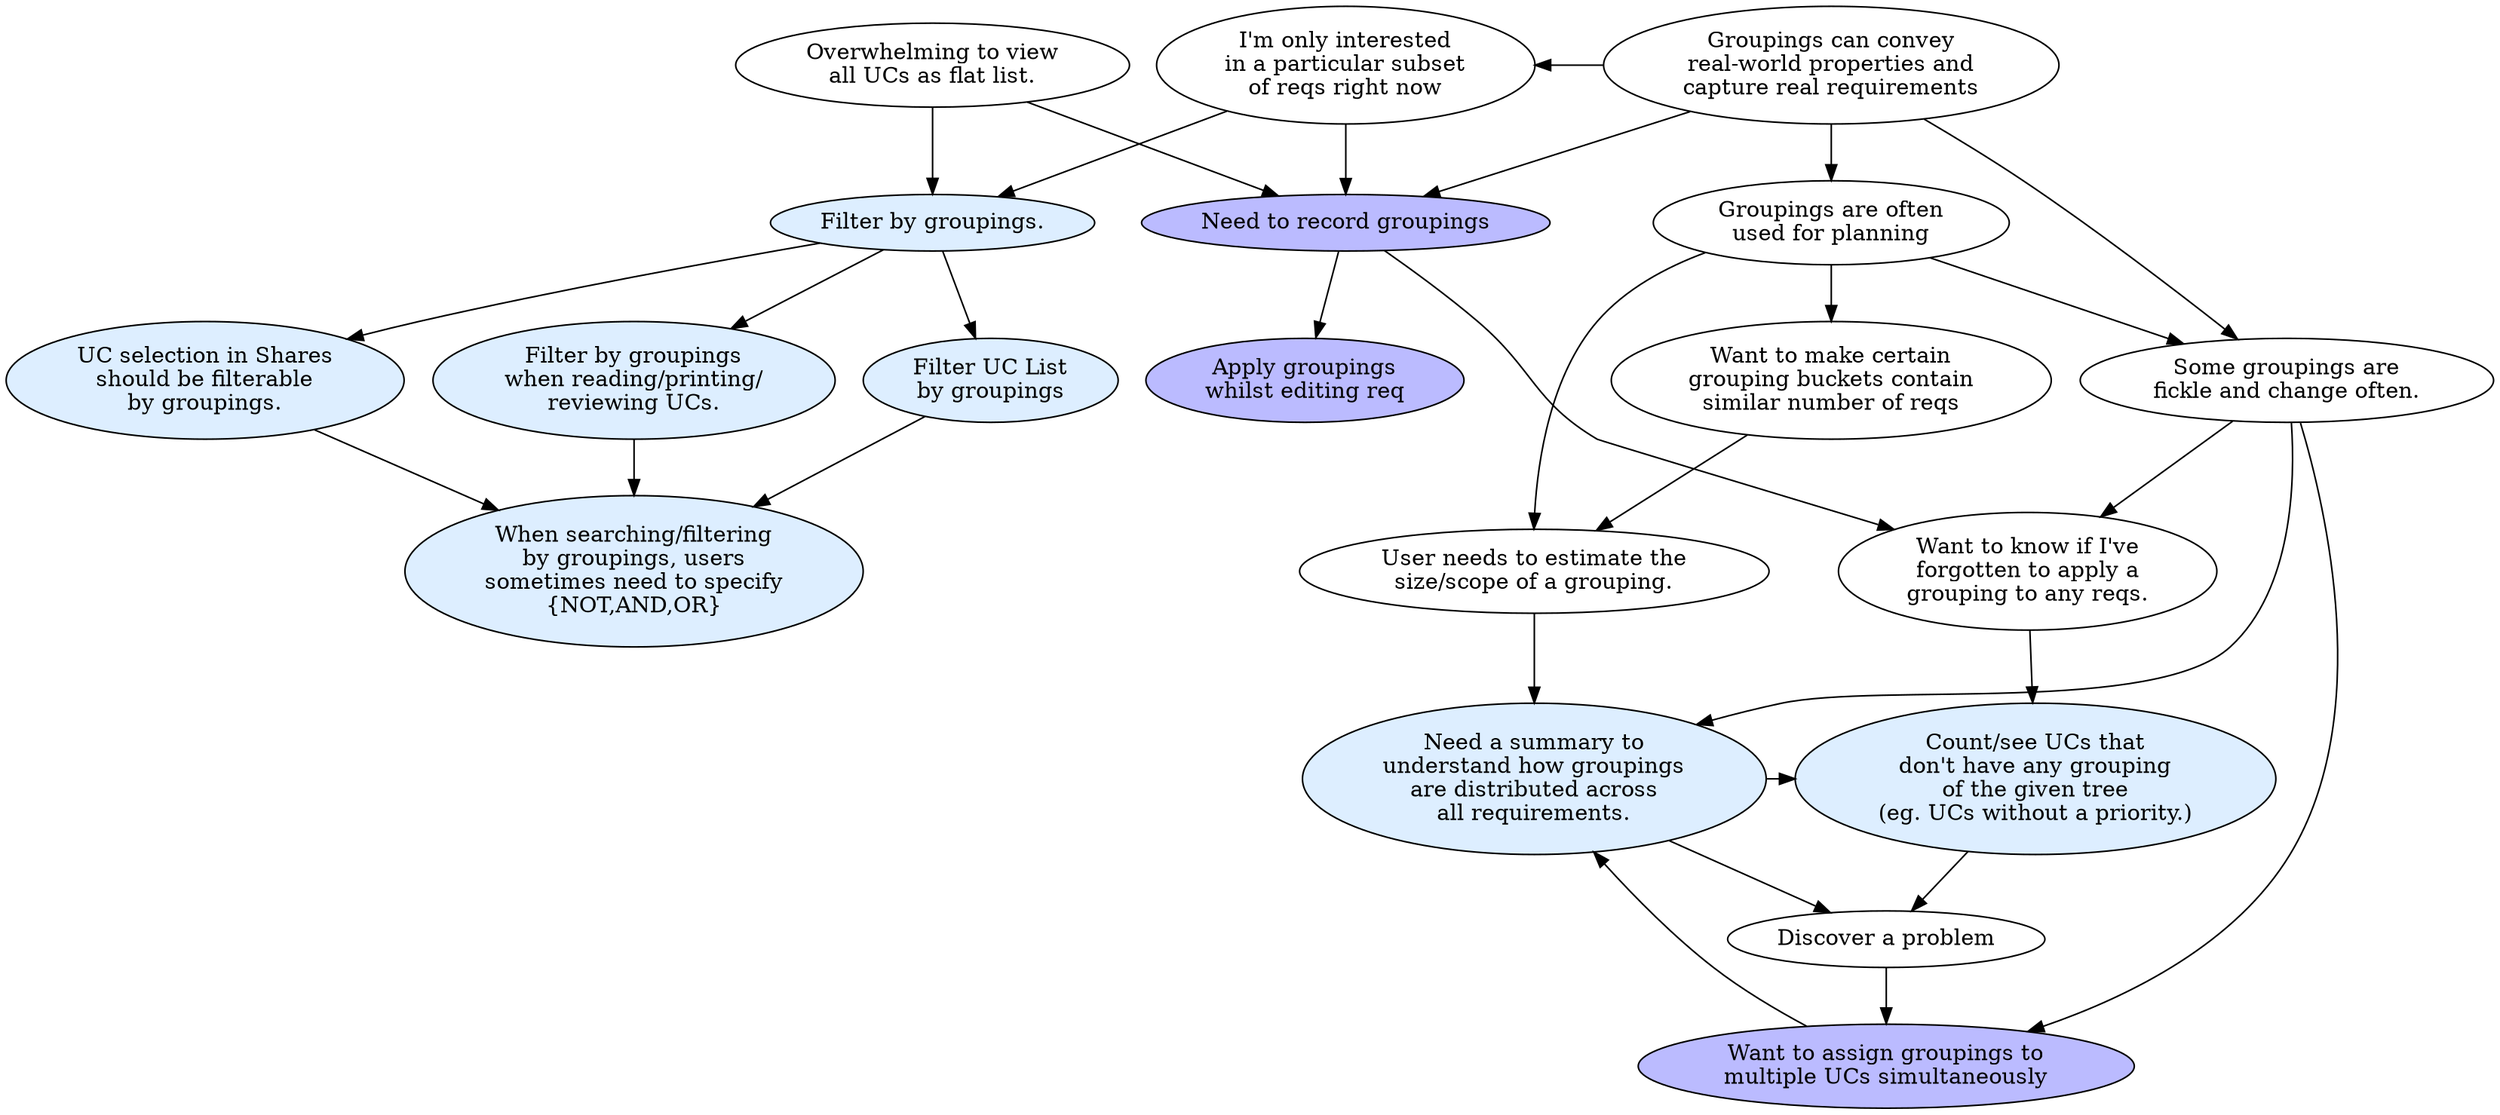
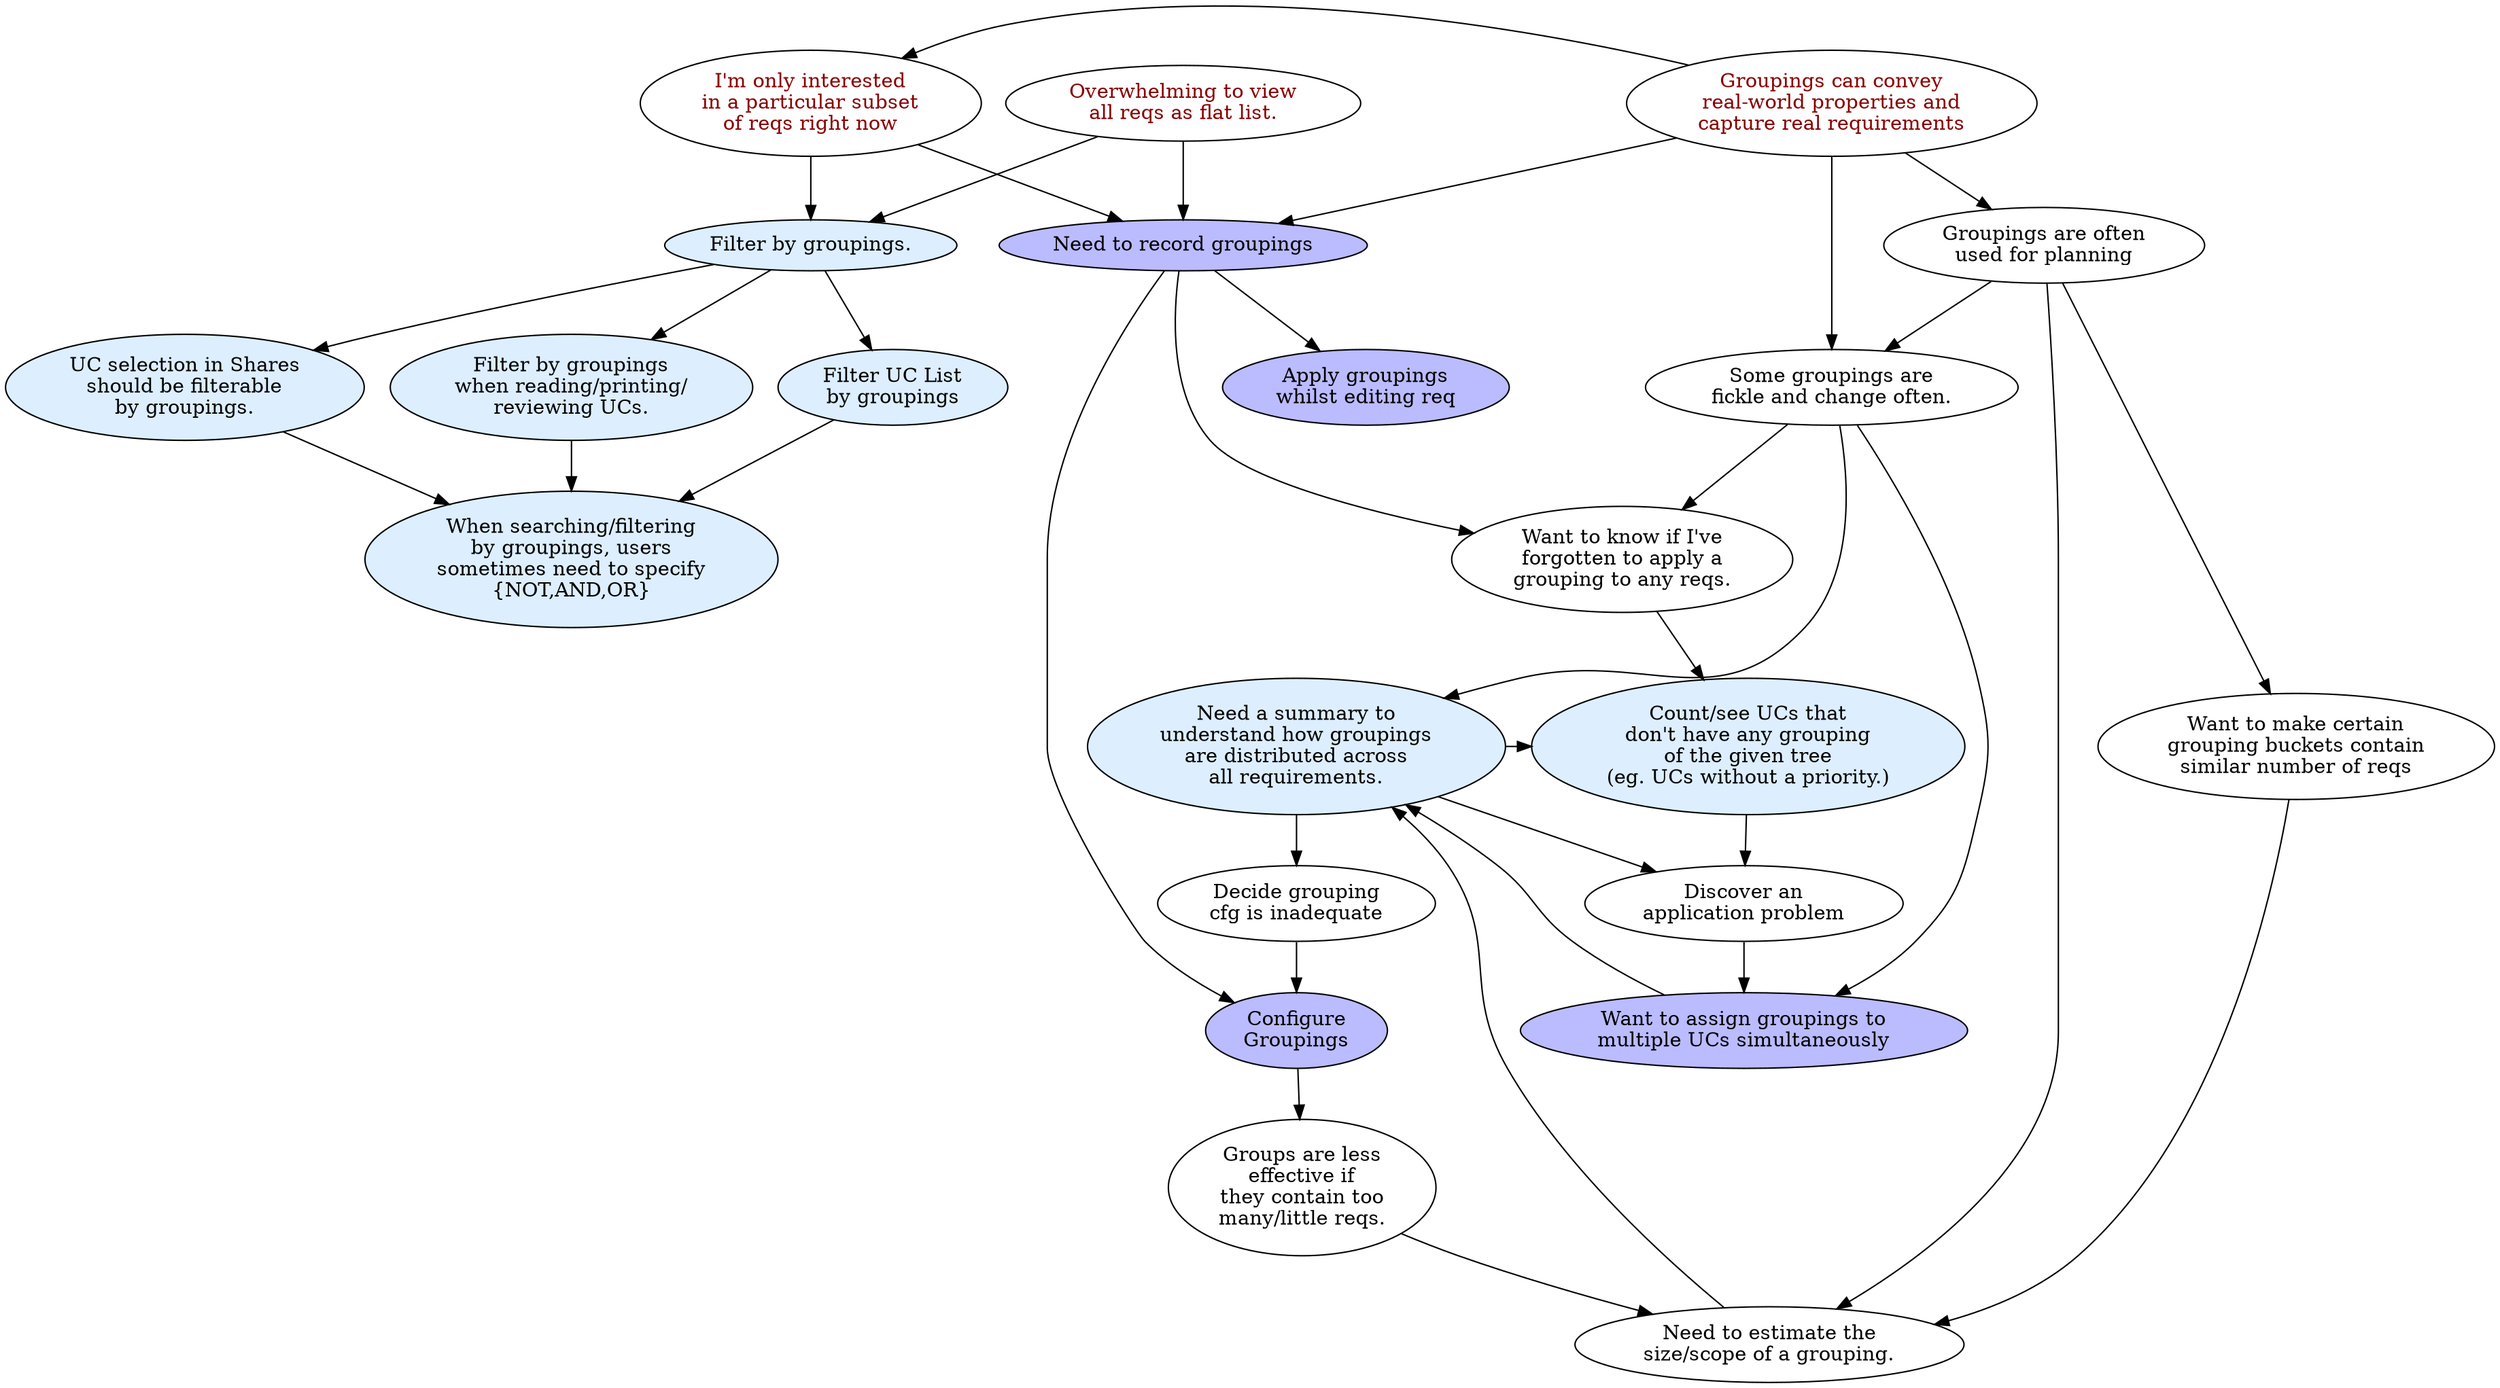
digraph G {
// rankdir=LR;

- Interest [label="I'm only interested\nin a particular subset\nof reqs right now"]
- Overwhelming [label="Overwhelming to view\nall UCs as flat list."]
- EstSize [label="User needs to estimate the\nsize/scope of a grouping."]
+ { // TOP-LEVEL
+ rank=same;
+ node [fontcolor="#880000"]
+   Interest [label="I'm only interested\nin a particular subset\nof reqs right now"]
+   Overwhelming [label="Overwhelming to view\nall reqs as flat list."]
+   RWM [label="Groupings can convey\nreal-world properties and\ncapture real requirements"]
+ }
+ 
+ EstSize [label="Need to estimate the\nsize/scope of a grouping."]
Fickle [label="Some groupings are\nfickle and change often."]
- RWM [label="Groupings can convey\nreal-world properties and\ncapture real requirements"]
Planning [label="Groupings are often\nused for planning"]
Balance [label="Want to make certain\ngrouping buckets contain\nsimilar number of reqs"]
ForgotApply [label="Want to know if I've\nforgotten to apply a\ngrouping to any reqs."]
- SeeProb [label="Discover a problem"]
+ SeeProb [label="Discover an\napplication problem"]
+ OverUnderUsed [label="Groups are less\neffective if\nthey contain too\nmany/little reqs."]
+ InadeqCfg [label="Decide grouping\ncfg is inadequate"]

{ // FUNCTIONALITY [R]
node [style=filled,fillcolor="#ddeeff"]
  BooleanFilterOps [label="When searching/filtering\nby groupings, users\nsometimes need to specify\n{NOT,AND,OR}"]
  Filter [label="Filter by groupings."]
  FilterS [label="UC selection in Shares\nshould be filterable\nby groupings."]
  FilterR [label="Filter by groupings\nwhen reading/printing/\nreviewing UCs."]
  FilterUCL [label="Filter UC List\nby groupings"]
{rank=same;
  Overview [label="Need a summary to\nunderstand how groupings\nare distributed across\nall requirements."]
  SeeMissing [label="Count/see UCs that\ndon't have any grouping\nof the given tree\n(eg. UCs without a priority.)"]
}
}

{ // FUNCTIONALITY [W]
node [style=filled,fillcolor="#bbbbff"]
  Store [label="Need to record groupings"]
  BulkApply [label="Want to assign groupings to\nmultiple UCs simultaneously"]
  Apply [label="Apply groupings\nwhilst editing req"]
+   Cfg [label="Configure\nGroupings"]
}

{ // QUESTIONABLE
node [style=filled,fillcolor="#ffcccc"]
  // Browse [label="View and navigate\ntop-level Groupings as\n1st-class citizens"]
}

RWM -> Interest [constraint=false]
{Interest; Overwhelming} -> {Store; Filter}
Filter -> {FilterS; FilterR; FilterUCL} -> BooleanFilterOps
// EstSize -> Browse
Fickle -> BulkApply
RWM -> {Store; Fickle}
RWM -> Planning -> Fickle
{Balance; Planning} -> EstSize
Overview -> SeeMissing
Planning -> Balance
Fickle -> Overview
{Store; Fickle} -> ForgotApply -> SeeMissing
BulkApply -> Overview
EstSize -> Overview
{SeeMissing; Overview} -> SeeProb -> BulkApply
- Store -> Apply
+ Store -> {Apply; Cfg}
+ Cfg -> OverUnderUsed -> EstSize
+ Overview -> InadeqCfg -> Cfg

}
